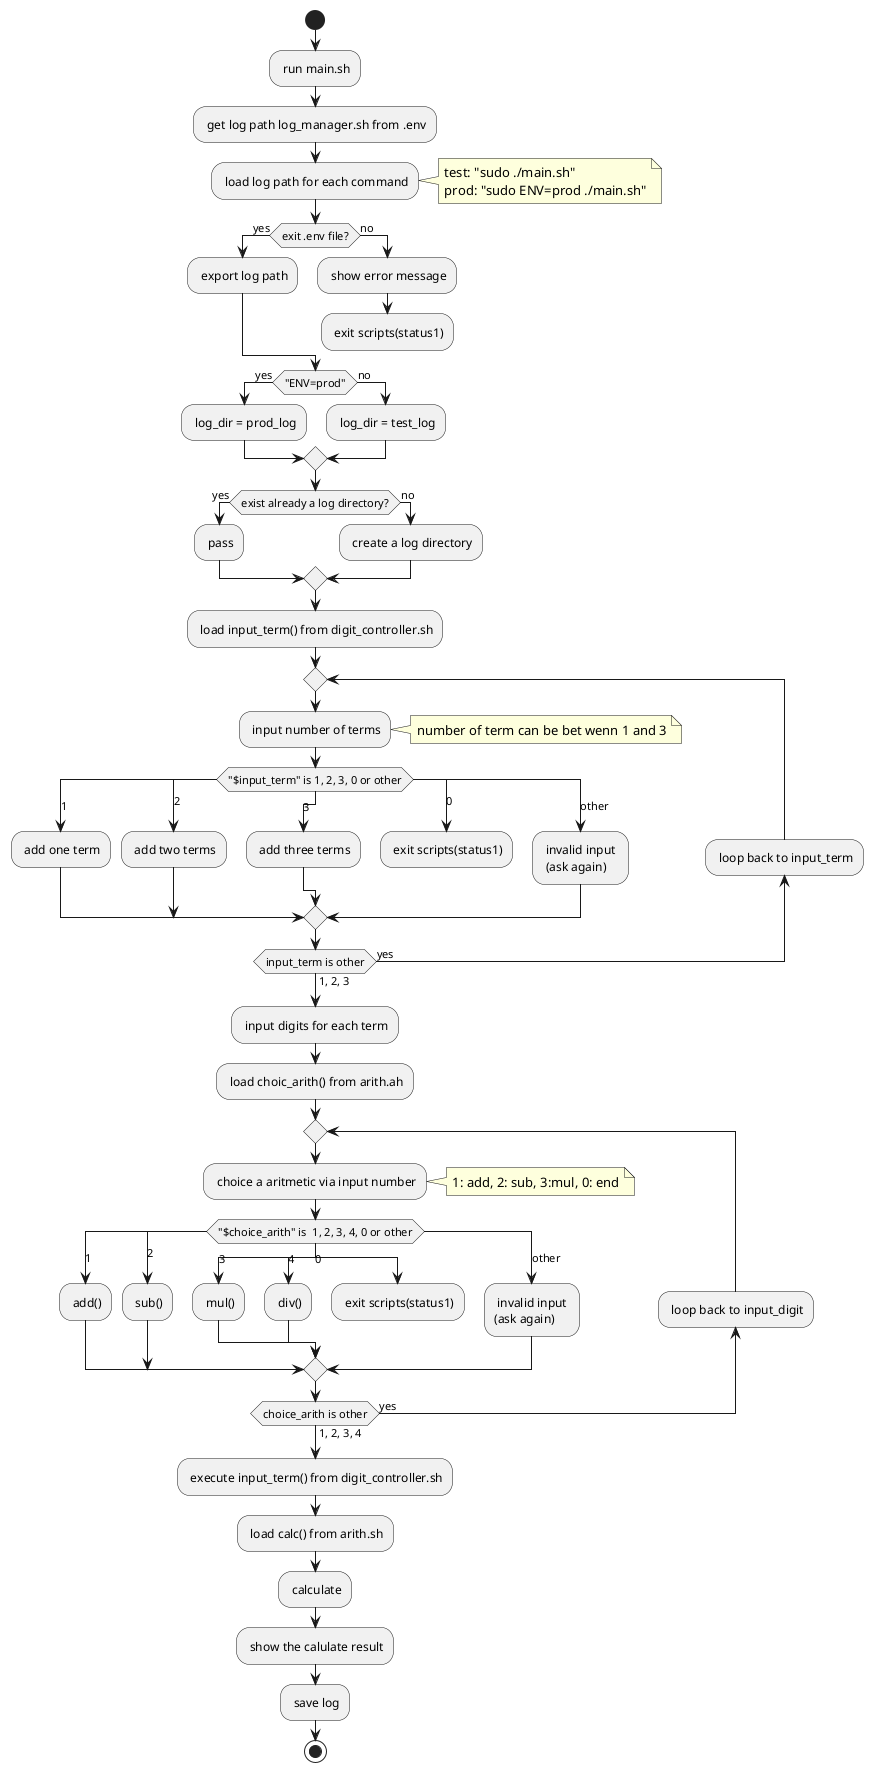
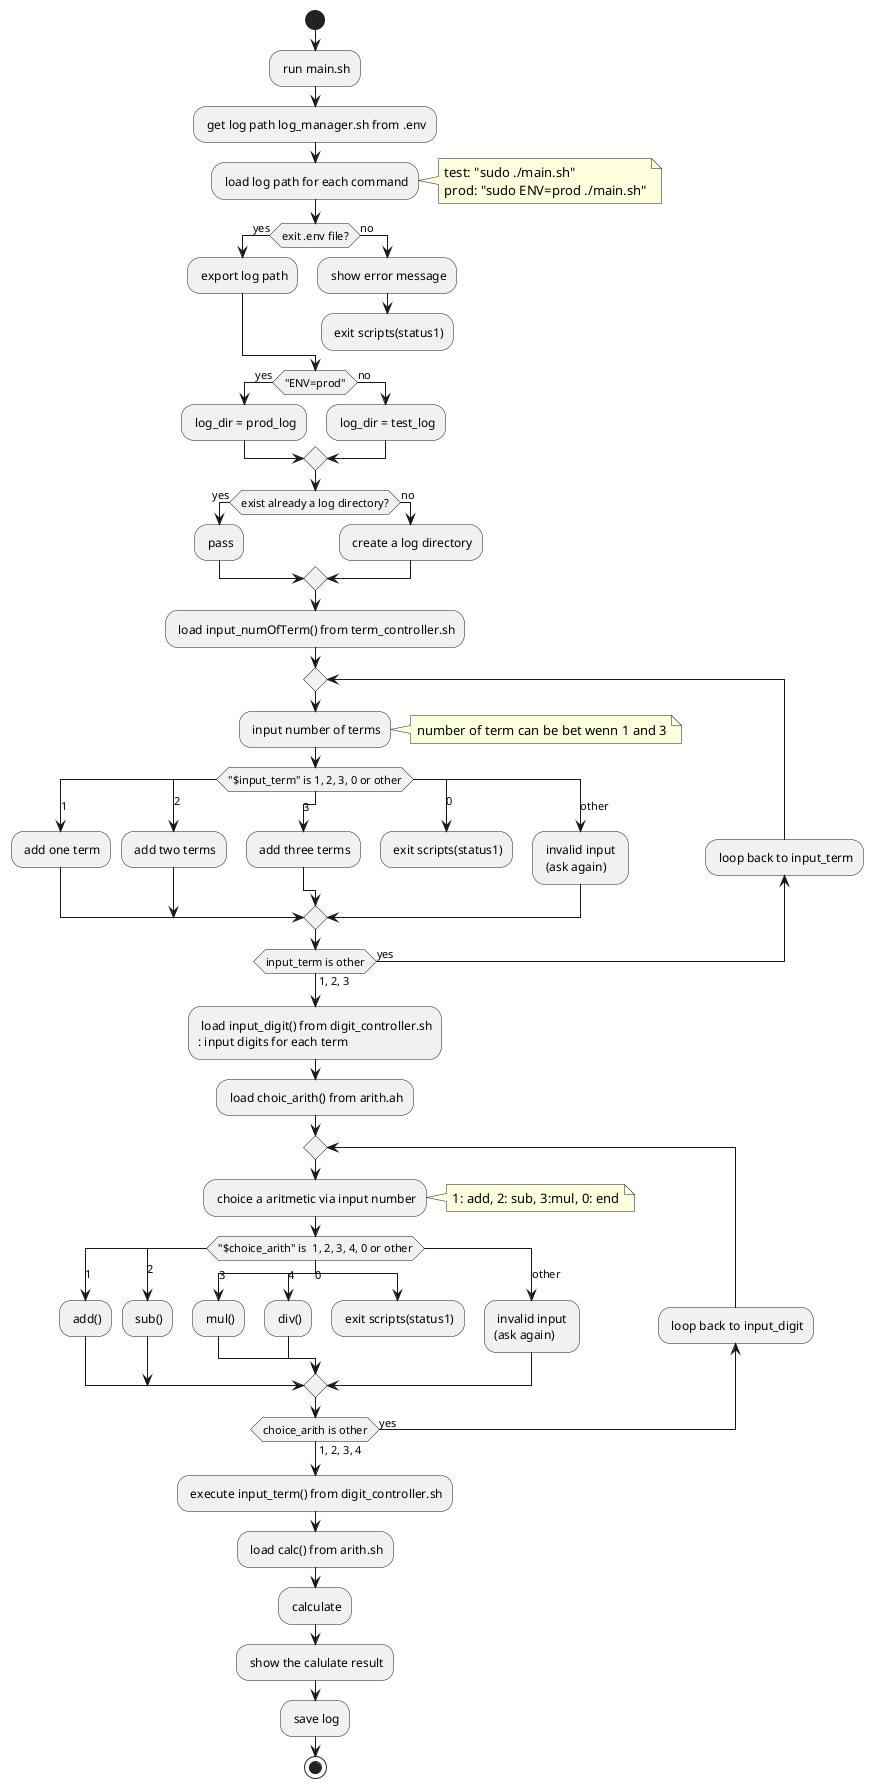
@startuml
start
: run main.sh;
: get log path log_manager.sh from .env;
: load log path for each command;
note right
	test: "sudo ./main.sh"
	prod: "sudo ENV=prod ./main.sh"
end note

if (exit .env file?) then (yes)
	: export log path;
else (no)
	: show error message;
	: exit scripts(status1);
	kill
endif

if ("ENV=prod") then (yes)
	: log_dir = prod_log;
else (no)
	: log_dir = test_log;
endif

if (exist already a log directory?) then (yes)
	: pass;
else (no)
	: create a log directory;
endif
- : load input_term() from digit_controller.sh;
+ : load input_numOfTerm() from term_controller.sh;


repeat
: input number of terms;
note right
number of term can be bet wenn 1 and 3
end note

switch("$input_term" is 1, 2, 3, 0 or other)
case(1)
	: add one term;
case(2)
	: add two terms;
case(3)
	: add three terms;
case(0)
	: exit scripts(status1);
	detach
case(other)
	: invalid input \n (ask again);
endswitch
backward: loop back to input_term;
repeat while(input_term is other) is (yes) not (1, 2, 3);

+ : load input_digit() from digit_controller.sh
: input digits for each term;

: load choic_arith() from arith.ah;
repeat
: choice a aritmetic via input number;
note right
1: add, 2: sub, 3:mul, 0: end
end note

switch ("$choice_arith" is  1, 2, 3, 4, 0 or other)
case (1)
	: add();
case (2)
	: sub();
case (3)
	: mul();
case (4)
	: div();
case (0)
	: exit scripts(status1);
	detach
case (other)
	: invalid input \n(ask again);
endswitch
backward: loop back to input_digit;
repeat while(choice_arith is other) is (yes) not (1, 2, 3, 4);

: execute input_term() from digit_controller.sh;
: load calc() from arith.sh;
: calculate;
: show the calulate result;
: save log;
stop
@enduml

